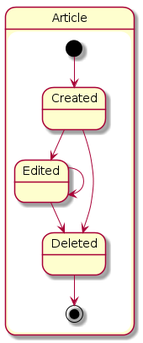
software-strijders/billy keeps this PlantUML diagram as documentation/uml/state/article/article.png. Above is the earlier version. Its source is kept beside it as documentation/uml/state/article/article.plantuml. Source of this version:
```plantuml
@startuml article_state

state Article {
  state "Created" as C
  state "Edited" as E
  state "Deleted" as D

  [*] --> C

  C --> E
  C --> D

  E --> E
  E --> D

  D --> [*]
}

@enduml
```
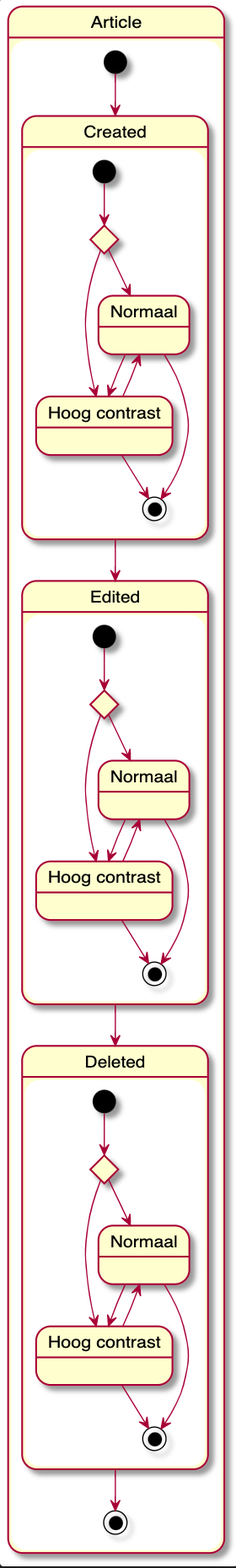
Above is the later version.

Commit message:
Fix article state diagram

What changed in the source:
```diff
@@ -1,19 +1,58 @@
 @startuml article_state
 
 state Article {
-  state "Created" as C
-  state "Edited" as E
-  state "Deleted" as D
+  state "Created" as A {
+    state "Normaal" as D
+    state "Hoog contrast" as E
+    state choice <<choice>>
 
-  [*] --> C
+    [*] --> choice
+    choice --> D
+    choice --> E
+    D --> E
+    E --> D
 
-  C --> E
-  C --> D
+    E --> [*]
+    D --> [*]
+  }
 
-  E --> E
-  E --> D
+  state "Edited" as B {
+    state "Normaal" as F
+    state "Hoog contrast" as G
+    state choice1 <<choice>>
 
-  D --> [*]
+    [*] --> choice1
+    choice1 --> F
+    choice1 --> G
+    F --> G
+    G --> F
+
+    G --> [*]
+    F --> [*]
+  }
+
+  state "Deleted" as C {
+    state "Normaal" as H
+    state "Hoog contrast" as I
+    state choice2 <<choice>>
+
+    [*] --> choice2
+    choice2 --> H
+    choice2 --> I
+    H --> I
+    I --> H
+
+    I --> [*]
+    H --> [*]
+  }
+
+  [*] --> A
+
+  A --> B
+  B --> C
+
+
+  C --> [*]
 }
 
 @enduml
```
